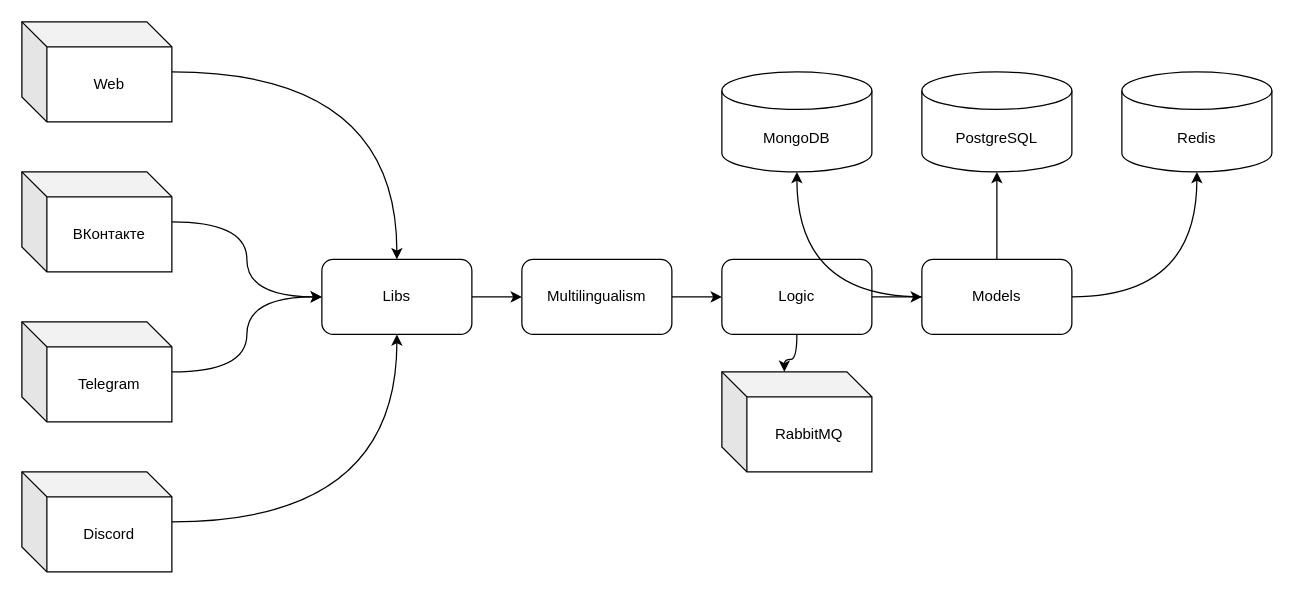
Above: page "Main" (1 of 4) of docs/microservices.drawio in ilyamixaltik/empire-future-nestjs (draw.io), before the change. Source tidied: cells renumbered, new cells numbered last; positions are measured from the earlier drawing's top-left corner, leaving out a move shared by most shapes. Both pictures are drawn from the tidied source at 125%, with x=0, y=0 at pixel (21, 21).
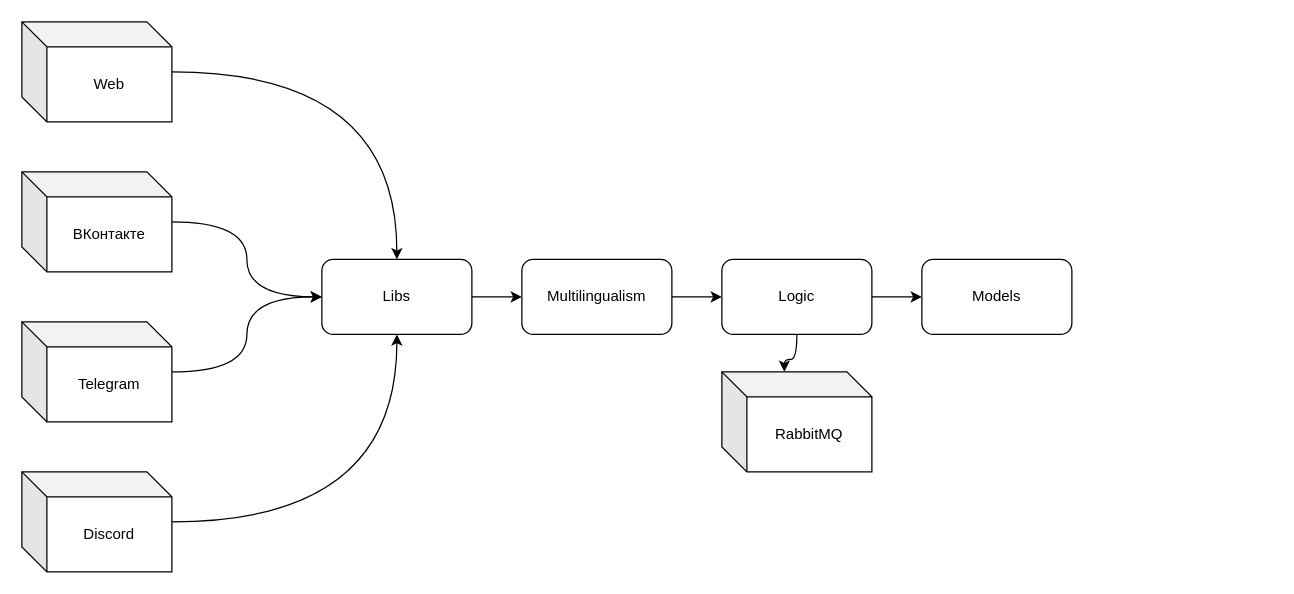
The same diagram, later.

Commit message:
update models microservice

The change refers to these unchanged cells:
```xml
<mxCell id="18" value="Models" style="rounded=1;whiteSpace=wrap;html=1;" parent="1" vertex="1">
  <mxGeometry x="720" y="190" width="120" height="60" as="geometry" />
</mxCell>
```

Change to the diagram source:
```diff
@@
-    <mxCell id="15" style="edgeStyle=orthogonalEdgeStyle;curved=1;rounded=0;jettySize=auto;html=1;entryX=0.5;entryY=1;entryDx=0;entryDy=0;entryPerimeter=0;" parent="1" edge="1" source="18" target="22">
-      <mxGeometry relative="1" as="geometry" />
-    </mxCell>
-    <mxCell id="16" style="edgeStyle=orthogonalEdgeStyle;curved=1;rounded=0;jettySize=auto;html=1;entryX=0.5;entryY=1;entryDx=0;entryDy=0;entryPerimeter=0;" parent="1" edge="1" source="18" target="23">
-      <mxGeometry relative="1" as="geometry" />
-    </mxCell>
-    <mxCell id="17" style="edgeStyle=orthogonalEdgeStyle;curved=1;rounded=0;jettySize=auto;html=1;entryX=0.5;entryY=1;entryDx=0;entryDy=0;entryPerimeter=0;" parent="1" edge="1" source="18" target="21">
-      <mxGeometry relative="1" as="geometry" />
-    </mxCell>
@@
-    <mxCell id="21" value="MongoDB" style="shape=cylinder3;whiteSpace=wrap;html=1;boundedLbl=1;backgroundOutline=1;size=15;" parent="1" vertex="1">
-      <mxGeometry x="560" y="40" width="120" height="80" as="geometry" />
-    </mxCell>
-    <mxCell id="22" value="PostgreSQL" style="shape=cylinder3;whiteSpace=wrap;html=1;boundedLbl=1;backgroundOutline=1;size=15;" parent="1" vertex="1">
-      <mxGeometry x="720" y="40" width="120" height="80" as="geometry" />
-    </mxCell>
-    <mxCell id="23" value="Redis" style="shape=cylinder3;whiteSpace=wrap;html=1;boundedLbl=1;backgroundOutline=1;size=15;" parent="1" vertex="1">
-      <mxGeometry x="880" y="40" width="120" height="80" as="geometry" />
-    </mxCell>
```
